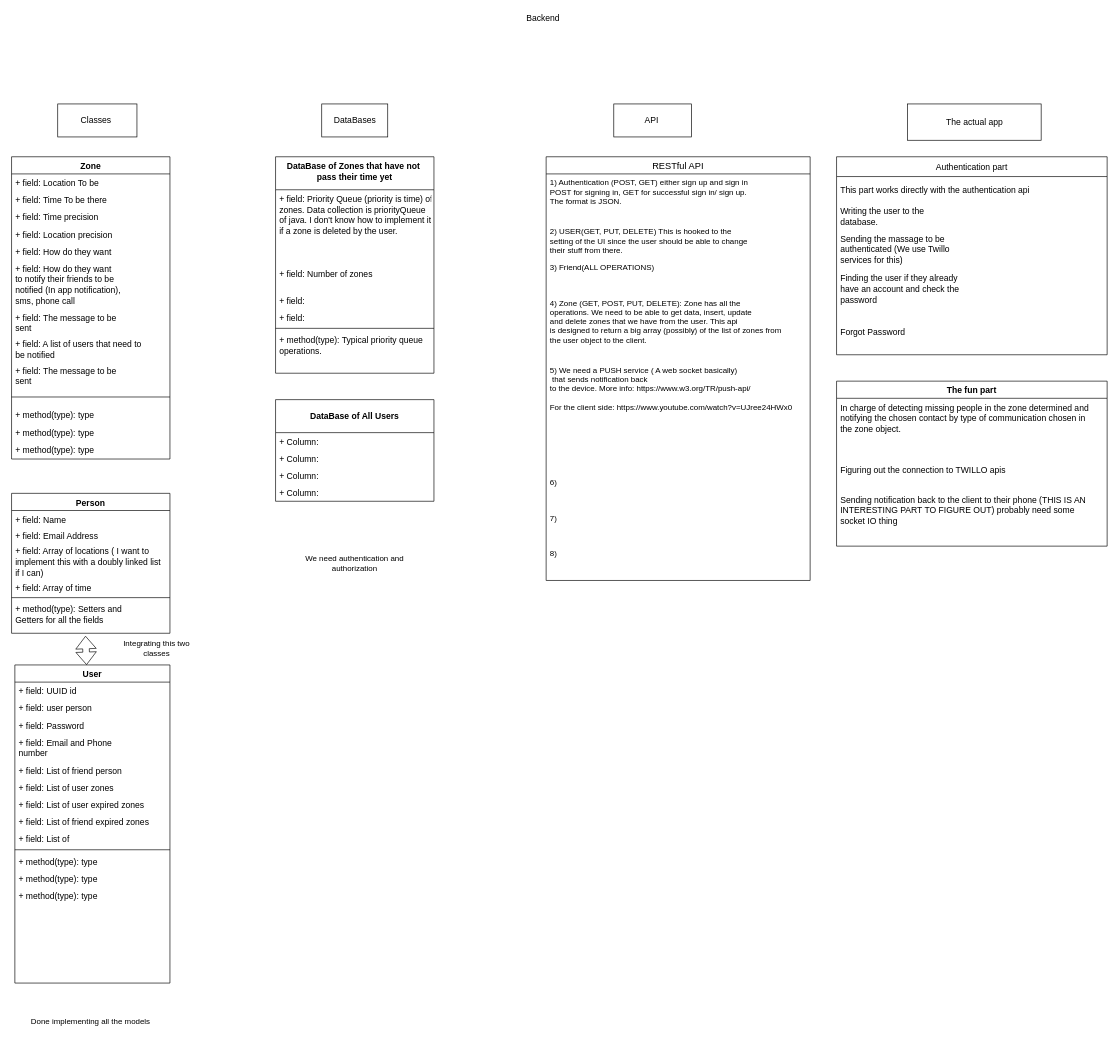
Before: page "Page-1" (1 of 2) of Untitled Diagram.drawio in mosaghafian/SUREDiagrams, a draw.io diagram. Source tidied: cells renumbered, new cells numbered last; positions are measured from the earlier drawing's top-left corner, leaving out a move shared by most shapes. Both pictures are drawn from the tidied source at 66%, with x=0, y=0 at pixel (11, 11).
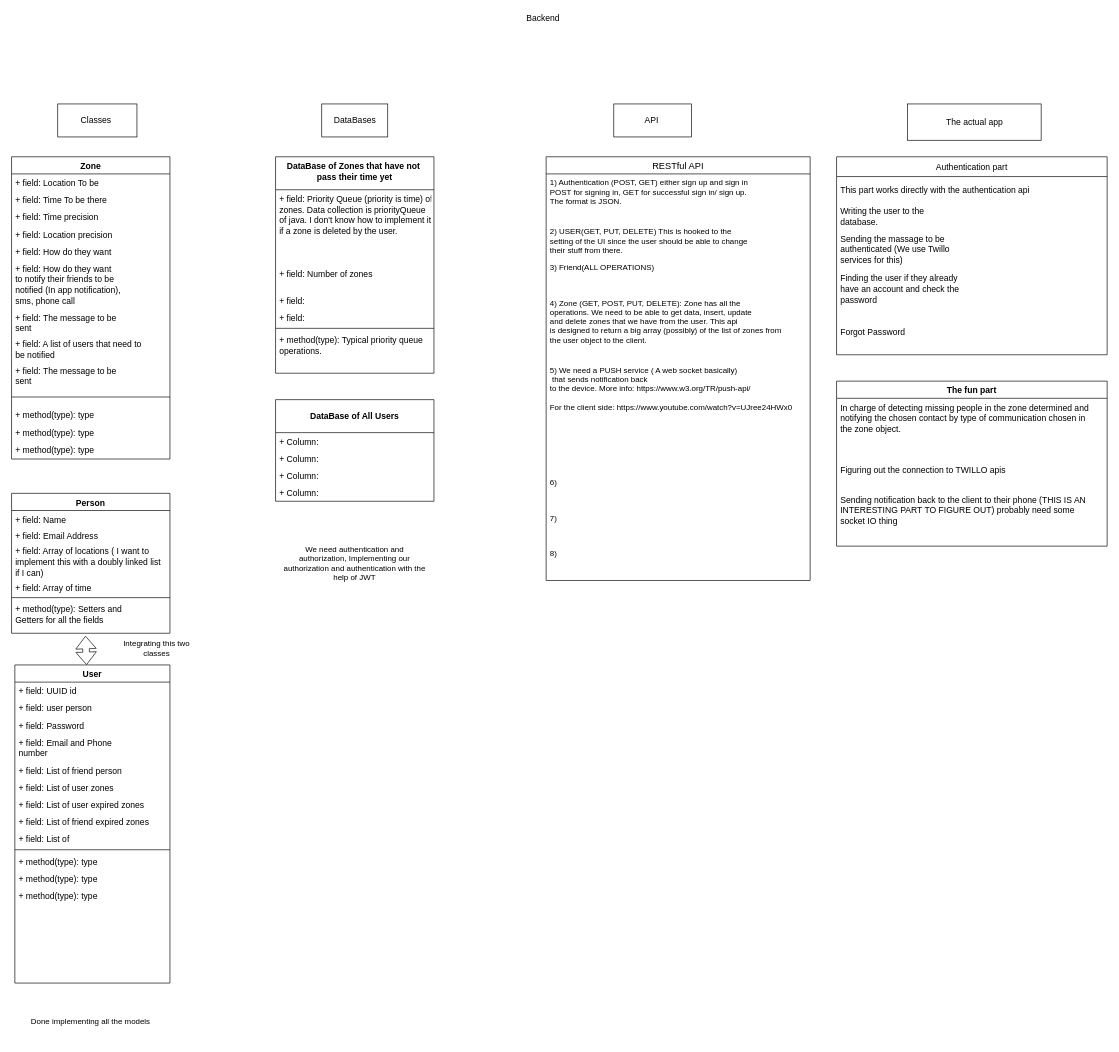
The same page after the edit.

Commit message:
Authentication design

The edit, as a diff of the source:
```diff
@@
-    <mxCell id="76" value="We need authentication and&lt;br&gt;authorization" style="text;html=1;strokeColor=none;fillColor=none;align=center;verticalAlign=middle;whiteSpace=wrap;rounded=0;" parent="1" vertex="1">
+    <mxCell id="76" value="We need authentication and&lt;br&gt;authorization, Implementing our authorization and authentication with the help of JWT" style="text;html=1;strokeColor=none;fillColor=none;align=center;verticalAlign=middle;whiteSpace=wrap;rounded=0;" parent="1" vertex="1">
       <mxGeometry x="400" y="771" width="240" height="129" as="geometry" />
     </mxCell>
```
